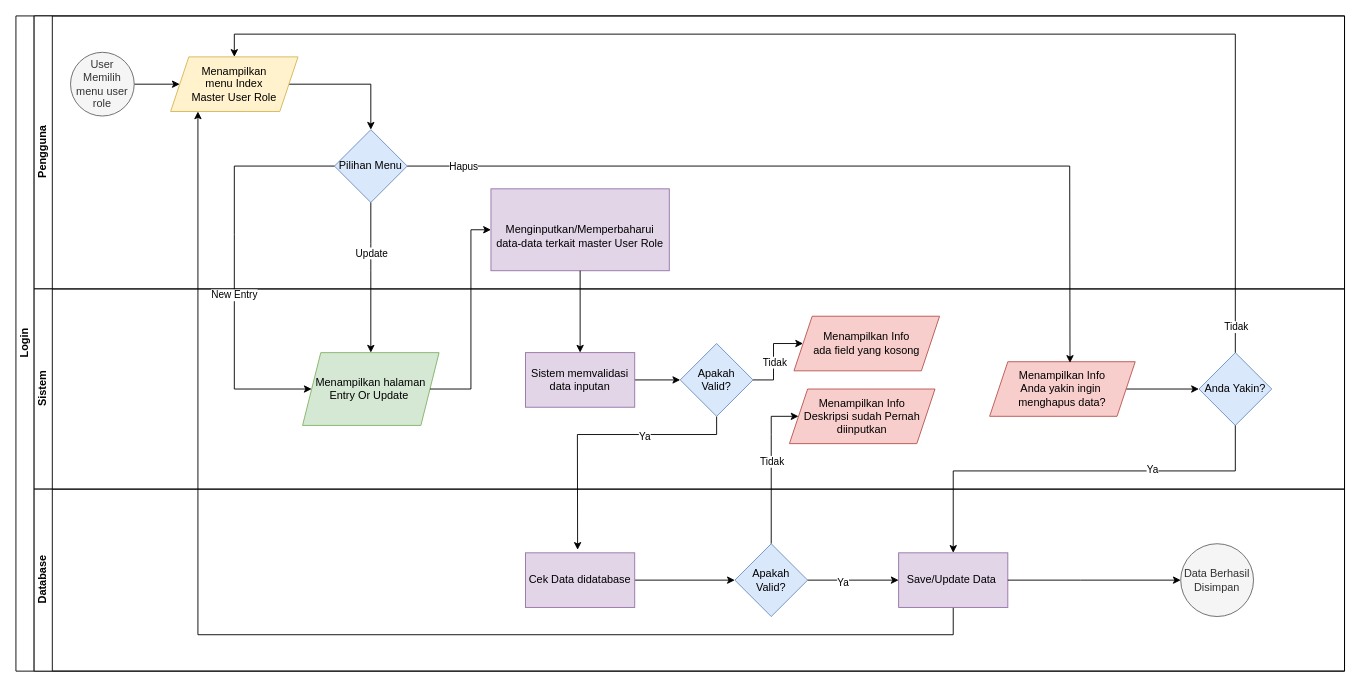
Above: page "Master User Role" (2 of 3) of Untitled Diagram.drawio in frostmisty/TestVisioNet (draw.io), before the change. Source tidied: cells renumbered, new cells numbered last; positions are measured from the earlier drawing's top-left corner, leaving out a move shared by most shapes. Both pictures are drawn from the tidied source at 91%, with x=0, y=0 at pixel (15, 15).
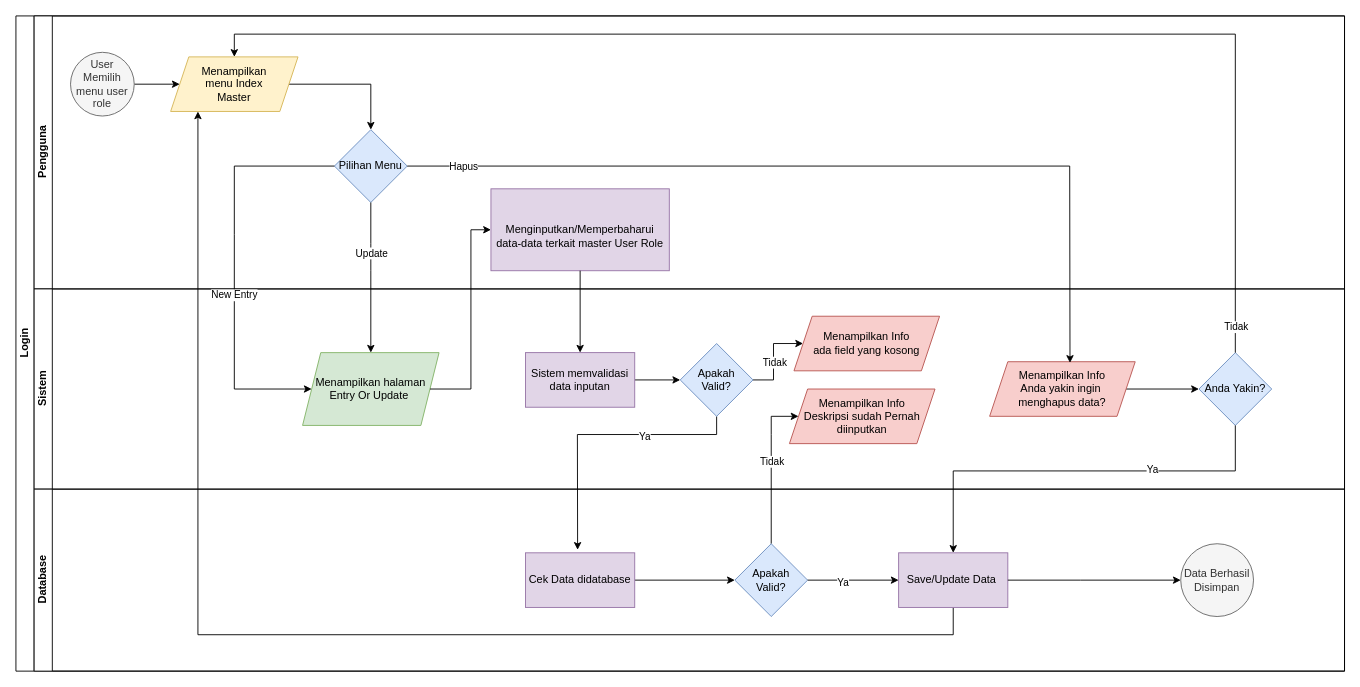
The same page after the edit.

Unchanged cells that the change refers to:
```xml
<mxCell id="7" value="Pengguna" style="swimlane;html=1;startSize=20;horizontal=0;" parent="2" vertex="1">
  <mxGeometry x="20" width="1440" height="300" as="geometry" />
</mxCell>
```

The edit, as a diff of the source:
```diff
@@
-    <mxCell id="11" value="Menampilkan &lt;br&gt;menu Index &lt;br&gt;Master User Role" style="shape=parallelogram;perimeter=parallelogramPerimeter;whiteSpace=wrap;html=1;fixedSize=1;fillColor=#fff2cc;strokeColor=#d6b656;" parent="7" vertex="1">
+    <mxCell id="11" value="Menampilkan &lt;br&gt;menu Index &lt;br&gt;Master" style="shape=parallelogram;perimeter=parallelogramPerimeter;whiteSpace=wrap;html=1;fixedSize=1;fillColor=#fff2cc;strokeColor=#d6b656;" parent="7" vertex="1">
       <mxGeometry x="150" y="45" width="140" height="60" as="geometry" />
     </mxCell>
```
